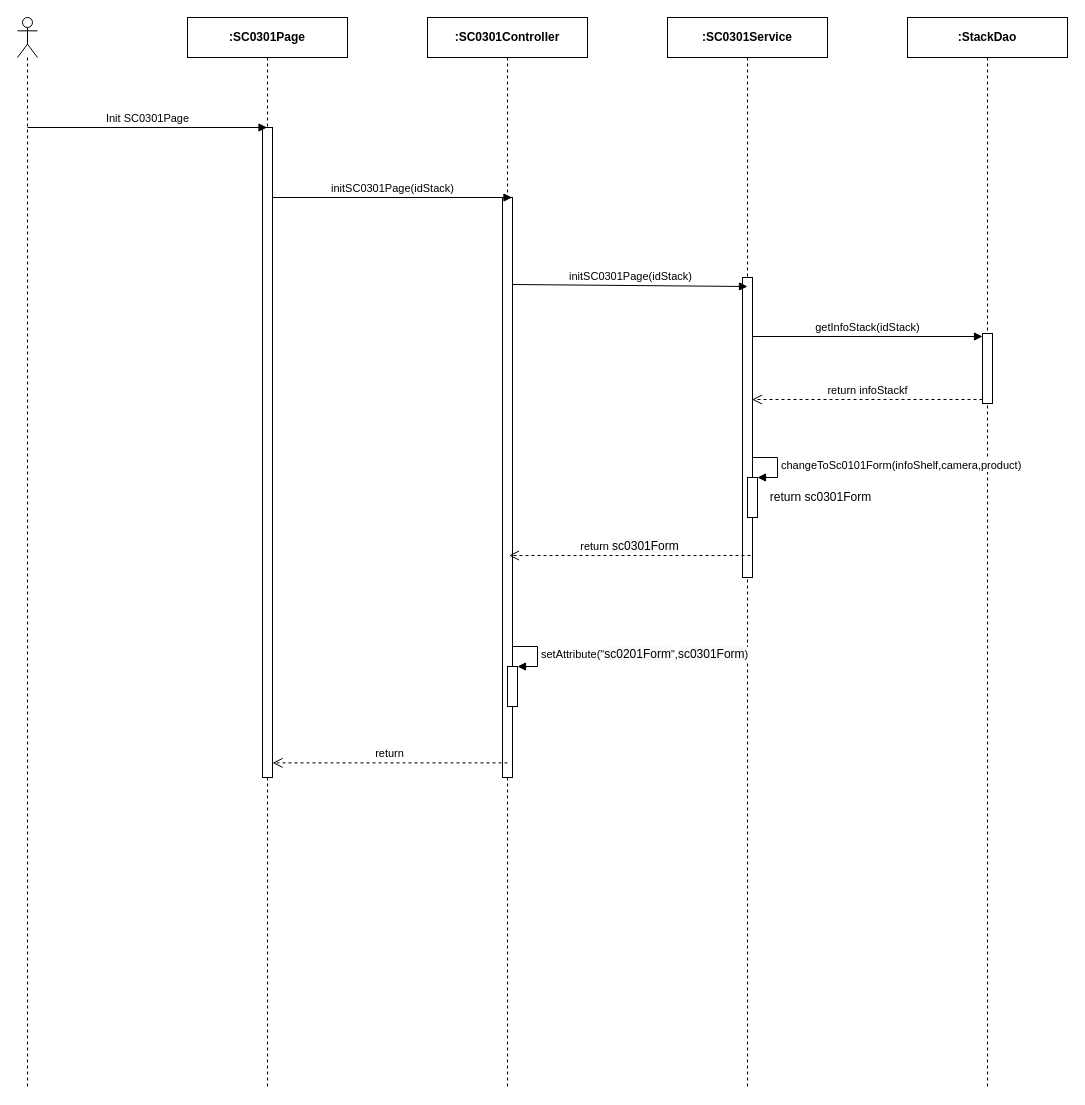
luannmdev/CapstoneDocument keeps this draw.io diagram as page "Ev01" (1 of 10) of Users/LuanNM/SEQ Diagram Review/sc03/SC0301_StackDetail.drawio. Above is the earlier version. Source tidied: cells renumbered, new cells numbered last; positions are measured from the earlier drawing's top-left corner, leaving out a move shared by most shapes. Both pictures are drawn from the tidied source at 100%, with x=0, y=0 at pixel (17, 17).
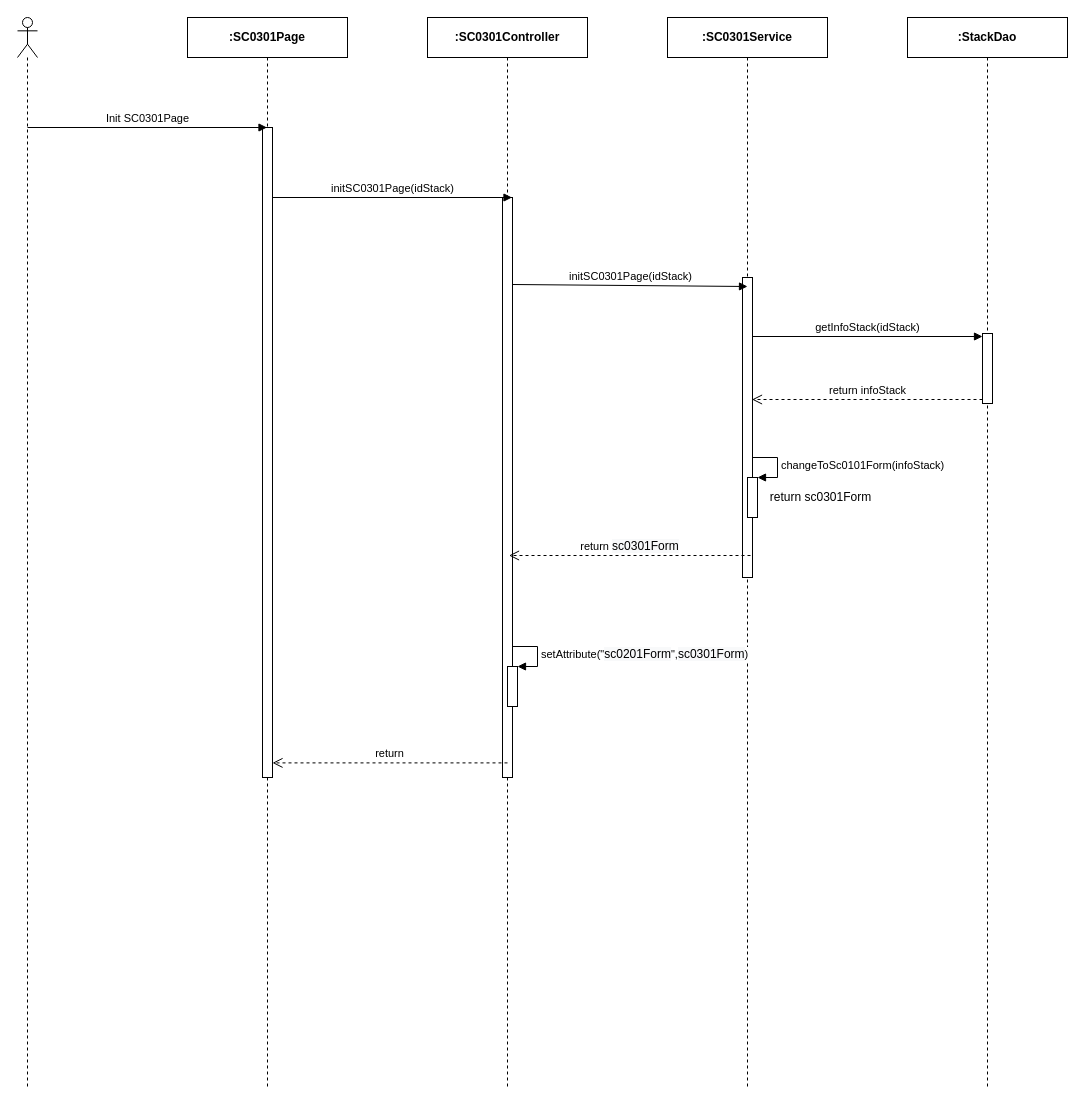
Above is the later version.

Commit message:
TruongTN Review

Unchanged cells that the change refers to:
```xml
<mxCell id="5" value="&lt;b&gt;:StackDao&lt;/b&gt;" style="shape=umlLifeline;perimeter=lifelinePerimeter;whiteSpace=wrap;html=1;" parent="1" vertex="1">
  <mxGeometry x="890" width="160" height="1070" as="geometry" />
</mxCell>
<mxCell id="20" style="html=1;points=[];perimeter=orthogonalPerimeter;" parent="1" vertex="1">
  <mxGeometry x="730" y="460" width="10" height="40" as="geometry" />
</mxCell>
```

Change to the diagram source:
```diff
@@
-    <mxCell id="8" value="return infoStackf" style="html=1;verticalAlign=bottom;endArrow=open;dashed=1;endSize=8;exitX=0;exitY=0.95;" parent="5" edge="1">
+    <mxCell id="8" value="return infoStack" style="html=1;verticalAlign=bottom;endArrow=open;dashed=1;endSize=8;exitX=0;exitY=0.95;" parent="5" edge="1">
       <mxGeometry relative="1" as="geometry">
         <mxPoint x="75" y="382" as="sourcePoint" />
         <mxPoint x="-155.5" y="382" as="targetPoint" />
       </mxGeometry>
     </mxCell>
@@
-    <mxCell id="21" value="changeToSc0101Form(infoShelf,camera,product)" style="edgeStyle=orthogonalEdgeStyle;html=1;align=left;spacingLeft=2;endArrow=block;rounded=0;entryX=1;entryY=0;" parent="1" edge="1" target="20">
+    <mxCell id="21" value="changeToSc0101Form(infoStack)" style="edgeStyle=orthogonalEdgeStyle;html=1;align=left;spacingLeft=2;endArrow=block;rounded=0;entryX=1;entryY=0;" parent="1" edge="1" target="20">
       <mxGeometry relative="1" as="geometry">
         <mxPoint x="735" y="440" as="sourcePoint" />
         <Array as="points">
           <mxPoint x="760" y="440" />
         </Array>
       </mxGeometry>
     </mxCell>
```
